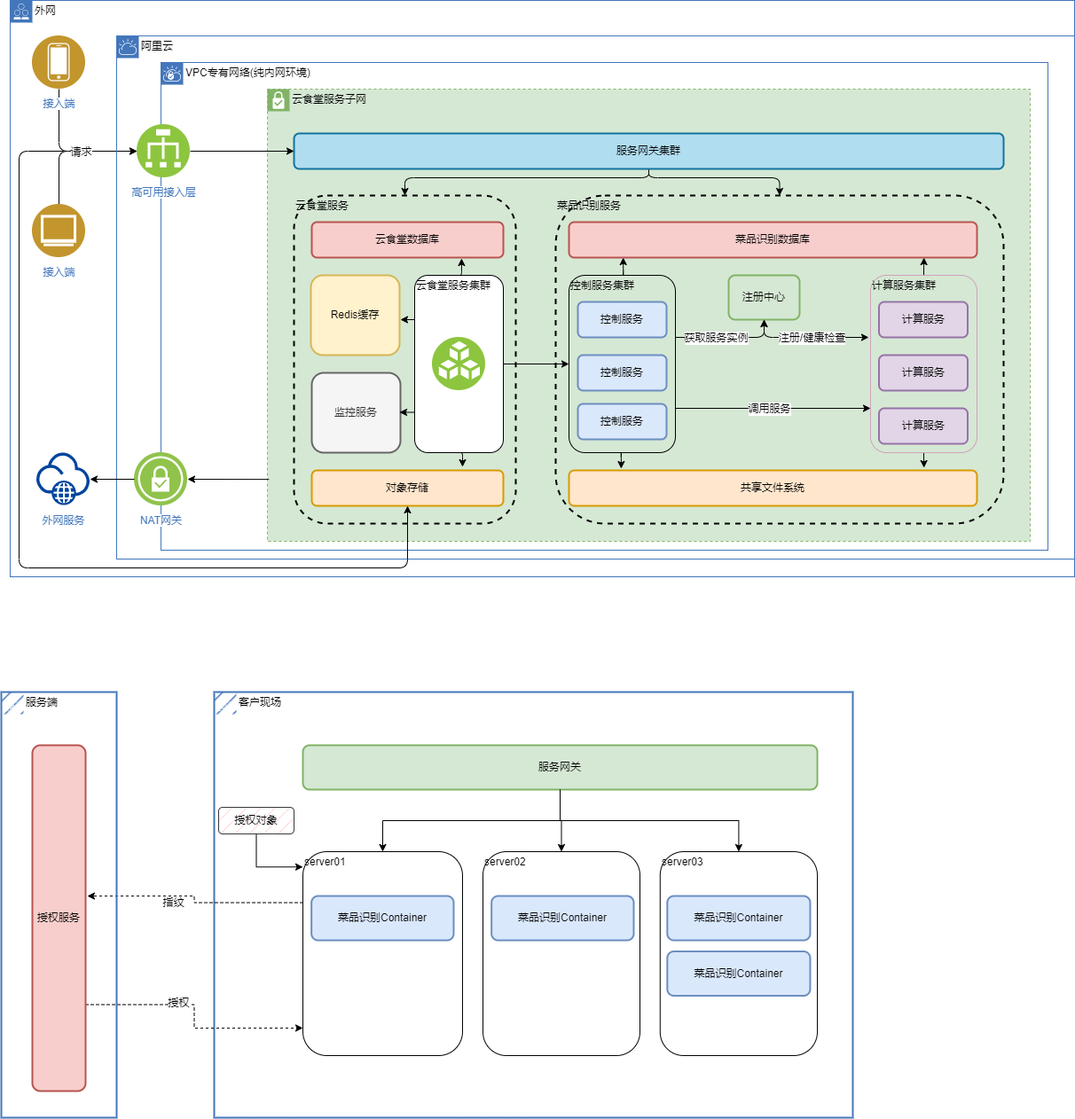
Earlier version of the draw.io export 菜品识别部署架构.drawio.png (liolay/draw). Source tidied: cells renumbered, new cells last; positions are measured from the earlier drawing's top-left corner, leaving out a move shared by most shapes.
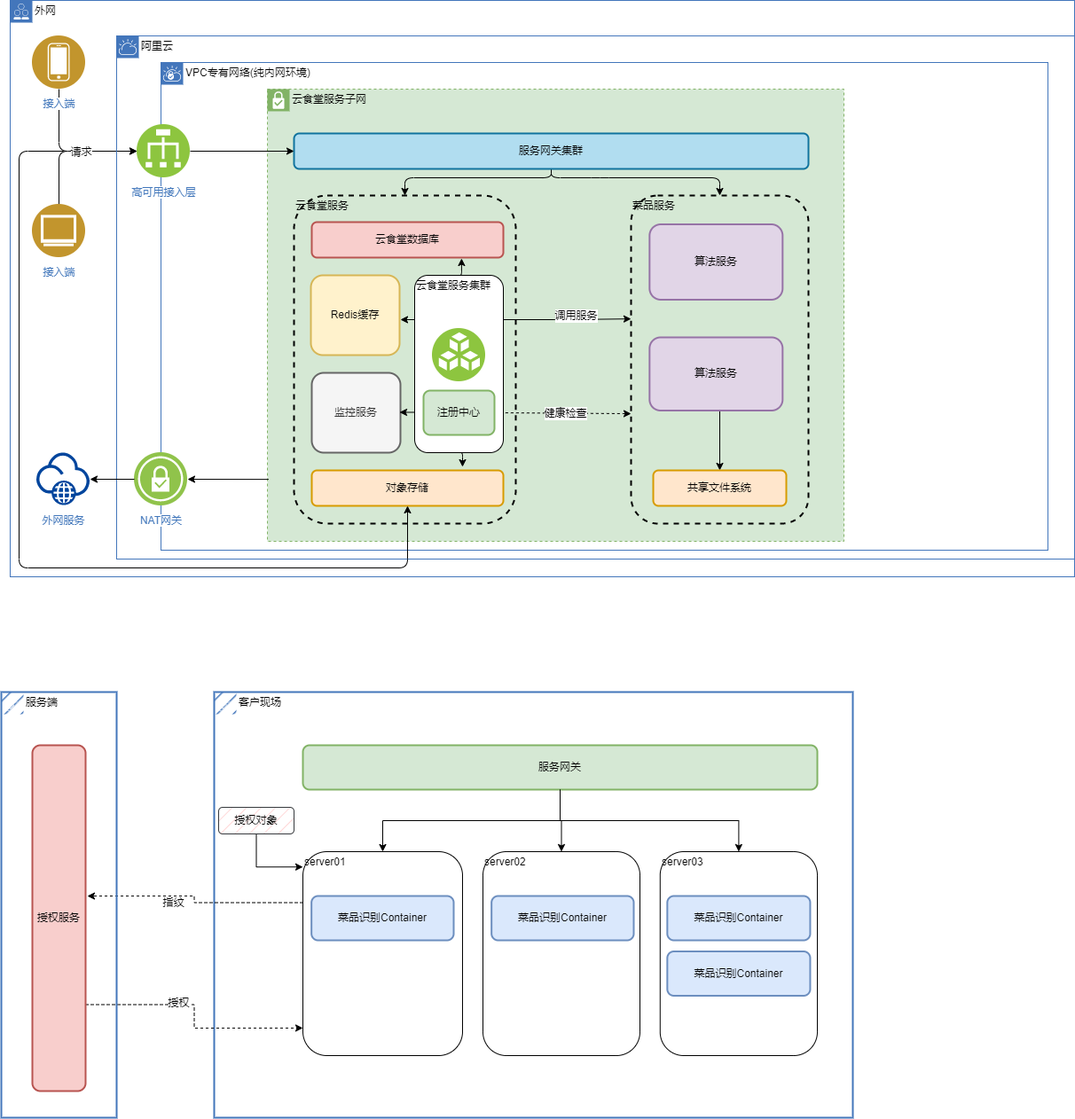
The same file after the commit.

Commit message:
更新菜品识别部署架构.drawio.png

What changed in the source:
```diff
@@ -33,93 +33,28 @@
       <mxGeometry x="153" y="140" width="60" height="60" as="geometry" />
     </mxCell>
     <mxCell id="12" value="云食堂服务子网" style="shape=mxgraph.ibm.box;prType=subnet;fontStyle=0;verticalAlign=top;align=left;spacingLeft=32;spacingTop=4;rounded=1;whiteSpace=wrap;html=1;strokeWidth=1;dashed=1;spacing=-4;fillStyle=auto;fillColor=#d5e8d4;strokeColor=#82b366;" parent="1" vertex="1">
-      <mxGeometry x="300" y="100" width="860" height="510" as="geometry" />
+      <mxGeometry x="300" y="100" width="650" height="510" as="geometry" />
     </mxCell>
-    <mxCell id="13" style="edgeStyle=orthogonalEdgeStyle;rounded=1;jettySize=auto;html=1;exitX=1;exitY=0.75;exitDx=0;exitDy=0;entryX=0;entryY=0.75;entryDx=0;entryDy=0;" parent="1" edge="1" source="17" target="23">
+    <mxCell id="13" style="edgeStyle=orthogonalEdgeStyle;rounded=1;jettySize=auto;html=1;exitX=1;exitY=0.25;exitDx=0;exitDy=0;entryX=0;entryY=0.376;entryDx=0;entryDy=0;entryPerimeter=0;" parent="1" edge="1" source="46" target="39">
       <mxGeometry relative="1" as="geometry" />
     </mxCell>
     <mxCell id="14" value="调用服务" style="edgeLabel;html=1;align=center;verticalAlign=middle;rounded=1;" parent="13" vertex="1">
       <mxGeometry x="-0.27" y="2" relative="1" as="geometry">
-        <mxPoint x="25" y="2" as="offset" />
+        <mxPoint x="28" y="-3" as="offset" />
       </mxGeometry>
     </mxCell>
-    <mxCell id="15" style="edgeStyle=orthogonalEdgeStyle;rounded=1;jettySize=auto;html=1;exitX=0.5;exitY=1;exitDx=0;exitDy=0;entryX=0.128;entryY=-0.05;entryDx=0;entryDy=0;entryPerimeter=0;" parent="1" edge="1" source="17" target="27">
-      <mxGeometry relative="1" as="geometry" />
-    </mxCell>
-    <mxCell id="16" style="edgeStyle=orthogonalEdgeStyle;rounded=1;jettySize=auto;html=1;exitX=0.5;exitY=0;exitDx=0;exitDy=0;entryX=0.133;entryY=1;entryDx=0;entryDy=0;entryPerimeter=0;" parent="1" edge="1" source="17" target="28">
-      <mxGeometry relative="1" as="geometry" />
-    </mxCell>
-    <mxCell id="17" value="控制服务集群" style="fontStyle=0;verticalAlign=top;align=left;spacingTop=-2;fillColor=none;rounded=1;whiteSpace=wrap;html=1;strokeColor=default;strokeWidth=1;fillStyle=solid;" parent="1" vertex="1">
-      <mxGeometry x="640" y="310" width="120" height="200" as="geometry" />
-    </mxCell>
-    <mxCell id="18" value="控制服务" style="rounded=1;whiteSpace=wrap;html=1;strokeWidth=2;fillWeight=4;hachureGap=8;hachureAngle=45;fillColor=#dae8fc;fillStyle=solid;strokeColor=#6c8ebf;" parent="17" vertex="1">
-      <mxGeometry x="10" y="30" width="100" height="40" as="geometry" />
-    </mxCell>
-    <mxCell id="19" value="控制服务" style="rounded=1;whiteSpace=wrap;html=1;strokeWidth=2;fillWeight=4;hachureGap=8;hachureAngle=45;fillColor=#dae8fc;fillStyle=solid;strokeColor=#6c8ebf;" parent="17" vertex="1">
-      <mxGeometry x="10" y="90" width="100" height="40" as="geometry" />
-    </mxCell>
-    <mxCell id="20" value="控制服务" style="rounded=1;whiteSpace=wrap;html=1;strokeWidth=2;fillWeight=4;hachureGap=8;hachureAngle=45;fillColor=#dae8fc;fillStyle=solid;strokeColor=#6c8ebf;" parent="17" vertex="1">
-      <mxGeometry x="10" y="145" width="100" height="40" as="geometry" />
-    </mxCell>
-    <mxCell id="21" style="edgeStyle=orthogonalEdgeStyle;rounded=1;jettySize=auto;html=1;exitX=0.5;exitY=1;exitDx=0;exitDy=0;entryX=0.87;entryY=-0.075;entryDx=0;entryDy=0;entryPerimeter=0;" parent="1" edge="1" source="23" target="27">
-      <mxGeometry relative="1" as="geometry" />
-    </mxCell>
-    <mxCell id="22" style="edgeStyle=orthogonalEdgeStyle;rounded=1;jettySize=auto;html=1;exitX=0.5;exitY=0;exitDx=0;exitDy=0;entryX=0.87;entryY=1;entryDx=0;entryDy=0;entryPerimeter=0;" parent="1" edge="1" source="23" target="28">
-      <mxGeometry relative="1" as="geometry" />
-    </mxCell>
-    <mxCell id="23" value="计算服务集群" style="fontStyle=0;verticalAlign=top;align=left;spacingTop=-2;fillColor=none;rounded=1;whiteSpace=wrap;html=1;strokeColor=#CDA2BE;strokeWidth=1;fillStyle=solid;" parent="1" vertex="1">
-      <mxGeometry x="980" y="310" width="120" height="200" as="geometry" />
-    </mxCell>
-    <mxCell id="24" value="计算服务" style="rounded=1;whiteSpace=wrap;html=1;strokeWidth=2;fillWeight=4;hachureGap=8;hachureAngle=45;fillColor=#e1d5e7;fillStyle=solid;strokeColor=#9673a6;" parent="23" vertex="1">
-      <mxGeometry x="9.5" y="30" width="100" height="40" as="geometry" />
-    </mxCell>
-    <mxCell id="25" value="计算服务" style="rounded=1;whiteSpace=wrap;html=1;strokeWidth=2;fillWeight=4;hachureGap=8;hachureAngle=45;fillColor=#e1d5e7;fillStyle=solid;strokeColor=#9673a6;" parent="23" vertex="1">
-      <mxGeometry x="9.5" y="90" width="100" height="40" as="geometry" />
-    </mxCell>
-    <mxCell id="26" value="计算服务" style="rounded=1;whiteSpace=wrap;html=1;strokeWidth=2;fillWeight=4;hachureGap=8;hachureAngle=45;fillColor=#e1d5e7;fillStyle=solid;strokeColor=#9673a6;" parent="23" vertex="1">
-      <mxGeometry x="9.5" y="150" width="100" height="40" as="geometry" />
-    </mxCell>
-    <mxCell id="27" value="共享文件系统" style="rounded=1;whiteSpace=wrap;html=1;strokeWidth=2;fillWeight=4;hachureGap=8;hachureAngle=45;fillColor=#ffe6cc;fillStyle=solid;strokeColor=#d79b00;rotation=0;" parent="1" vertex="1">
-      <mxGeometry x="640" y="530" width="460" height="40" as="geometry" />
-    </mxCell>
-    <mxCell id="28" value="菜品识别数据库" style="rounded=1;whiteSpace=wrap;html=1;strokeWidth=2;fillWeight=4;hachureGap=8;hachureAngle=45;fillColor=#f8cecc;fillStyle=solid;strokeColor=#b85450;rotation=0;" parent="1" vertex="1">
-      <mxGeometry x="640" y="250" width="460" height="40" as="geometry" />
-    </mxCell>
-    <mxCell id="29" style="edgeStyle=orthogonalEdgeStyle;rounded=1;jettySize=auto;html=1;exitX=1;exitY=0.5;exitDx=0;exitDy=0;entryX=0;entryY=0.5;entryDx=0;entryDy=0;" parent="1" edge="1" source="46" target="17">
-      <mxGeometry relative="1" as="geometry" />
-    </mxCell>
-    <mxCell id="30" value="注册中心" style="rounded=1;whiteSpace=wrap;html=1;strokeWidth=2;fillWeight=4;hachureGap=8;hachureAngle=45;fillColor=#d5e8d4;fillStyle=solid;strokeColor=#82b366;rotation=0;" parent="1" vertex="1">
-      <mxGeometry x="820" y="310" width="80" height="50" as="geometry" />
-    </mxCell>
-    <mxCell id="31" style="html=1;labelBackgroundColor=#ffffff;startArrow=classic;startFill=1;startSize=6;endArrow=classic;endFill=1;endSize=6;jettySize=auto;strokeWidth=1;fontSize=14;rounded=1;exitX=0.5;exitY=1;exitDx=0;exitDy=0;entryX=-0.017;entryY=0.35;entryDx=0;entryDy=0;entryPerimeter=0;" parent="1" edge="1" source="30" target="23">
-      <mxGeometry relative="1" as="geometry">
-        <Array as="points">
-          <mxPoint x="860" y="380" />
-        </Array>
-      </mxGeometry>
+    <mxCell id="31" style="html=1;labelBackgroundColor=#ffffff;startArrow=classic;startFill=1;startSize=6;endArrow=classic;endFill=1;endSize=6;jettySize=auto;strokeWidth=1;fontSize=14;rounded=1;exitX=1;exitY=0.5;exitDx=0;exitDy=0;dashed=1;entryX=0;entryY=0.665;entryDx=0;entryDy=0;entryPerimeter=0;" parent="1" edge="1" source="30" target="39">
+      <mxGeometry relative="1" as="geometry" />
     </mxCell>
-    <mxCell id="32" value="注册/健康检查" style="edgeLabel;html=1;align=center;verticalAlign=middle;rounded=1;" parent="31" vertex="1">
+    <mxCell id="32" value="健康检查" style="edgeLabel;html=1;align=center;verticalAlign=middle;rounded=1;" parent="31" vertex="1">
       <mxGeometry x="-0.1" relative="1" as="geometry">
         <mxPoint x="11" as="offset" />
       </mxGeometry>
     </mxCell>
-    <mxCell id="33" style="html=1;labelBackgroundColor=#ffffff;endArrow=classic;endFill=1;endSize=6;jettySize=auto;strokeWidth=1;fontSize=14;rounded=1;entryX=0.5;entryY=1;entryDx=0;entryDy=0;" parent="1" edge="1" target="30">
-      <mxGeometry relative="1" as="geometry">
-        <mxPoint x="760" y="380" as="sourcePoint" />
-        <Array as="points">
-          <mxPoint x="860" y="380" />
-        </Array>
-      </mxGeometry>
-    </mxCell>
-    <mxCell id="34" value="获取服务实例" style="edgeLabel;html=1;align=center;verticalAlign=middle;rounded=1;" parent="33" vertex="1">
-      <mxGeometry x="-0.43" relative="1" as="geometry">
-        <mxPoint x="11" as="offset" />
-      </mxGeometry>
-    </mxCell>
     <mxCell id="35" style="edgeStyle=orthogonalEdgeStyle;rounded=1;jettySize=auto;html=1;exitX=0.5;exitY=1;exitDx=0;exitDy=0;entryX=0.5;entryY=0;entryDx=0;entryDy=0;" parent="1" edge="1" source="37" target="45">
       <mxGeometry relative="1" as="geometry">
         <Array as="points">
-          <mxPoint x="730" y="200" />
+          <mxPoint x="620" y="200" />
           <mxPoint x="455" y="200" />
         </Array>
       </mxGeometry>
@@ -127,20 +62,17 @@
     <mxCell id="36" style="edgeStyle=orthogonalEdgeStyle;rounded=1;jettySize=auto;html=1;exitX=0.5;exitY=1;exitDx=0;exitDy=0;entryX=0.5;entryY=0;entryDx=0;entryDy=0;" parent="1" edge="1" source="37" target="39">
       <mxGeometry relative="1" as="geometry">
         <Array as="points">
-          <mxPoint x="730" y="200" />
-          <mxPoint x="878" y="200" />
+          <mxPoint x="675" y="200" />
+          <mxPoint x="860" y="200" />
         </Array>
       </mxGeometry>
     </mxCell>
     <mxCell id="37" value="服务网关集群" style="rounded=1;whiteSpace=wrap;html=1;strokeWidth=2;fillWeight=4;hachureGap=8;hachureAngle=45;fillColor=#b1ddf0;fillStyle=solid;strokeColor=#10739e;rotation=0;" parent="1" vertex="1">
-      <mxGeometry x="330" y="150" width="800" height="40" as="geometry" />
+      <mxGeometry x="330" y="150" width="580" height="40" as="geometry" />
     </mxCell>
     <mxCell id="38" style="edgeStyle=orthogonalEdgeStyle;rounded=1;orthogonalLoop=1;jettySize=auto;html=1;exitX=0.5;exitY=1;exitDx=0;exitDy=0;" parent="1" edge="1" source="37" target="37">
       <mxGeometry relative="1" as="geometry" />
     </mxCell>
-    <mxCell id="39" value="菜品识别服务" style="fontStyle=0;verticalAlign=top;align=left;spacingTop=-2;fillColor=none;rounded=1;whiteSpace=wrap;html=1;strokeWidth=2;dashed=1;fillStyle=solid;" parent="1" vertex="1">
-      <mxGeometry x="625" y="220" width="505" height="370" as="geometry" />
-    </mxCell>
     <mxCell id="40" style="edgeStyle=orthogonalEdgeStyle;rounded=1;jettySize=auto;html=1;exitX=1;exitY=0.5;exitDx=0;exitDy=0;" parent="1" edge="1" source="11" target="37">
       <mxGeometry relative="1" as="geometry" />
     </mxCell>
@@ -163,8 +95,11 @@
       <mxGeometry x="466" y="310" width="100" height="200" as="geometry" />
     </mxCell>
     <mxCell id="47" style="perimeter=ellipsePerimeter;html=1;align=center;shadow=0;dashed=0;fontColor=#4277BB;labelBackgroundColor=#ffffff;fontSize=12;spacingTop=3;image;image=img/lib/ibm/vpc/BlockStorage.svg;rounded=1;" parent="46" vertex="1">
-      <mxGeometry x="20" y="70" width="60" height="60" as="geometry" />
+      <mxGeometry x="20" y="60" width="60" height="60" as="geometry" />
     </mxCell>
+    <mxCell id="30" value="注册中心" style="rounded=1;whiteSpace=wrap;html=1;strokeWidth=2;fillWeight=4;hachureGap=8;hachureAngle=45;fillColor=#d5e8d4;fillStyle=solid;strokeColor=#82b366;rotation=0;" parent="46" vertex="1">
+      <mxGeometry x="10" y="130" width="80" height="50" as="geometry" />
+    </mxCell>
     <mxCell id="48" value="对象存储" style="rounded=1;whiteSpace=wrap;html=1;strokeWidth=2;fillWeight=4;hachureGap=8;hachureAngle=45;fillColor=#ffe6cc;fillStyle=solid;strokeColor=#d79b00;rotation=0;" parent="1" vertex="1">
       <mxGeometry x="350" y="530" width="216" height="40" as="geometry" />
     </mxCell>
@@ -204,12 +139,12 @@
         </Array>
       </mxGeometry>
     </mxCell>
-    <mxCell id="57" style="edgeStyle=orthogonalEdgeStyle;rounded=1;jettySize=auto;html=1;exitX=0.5;exitY=1;exitDx=0;exitDy=0;entryX=0.787;entryY=-0.1;entryDx=0;entryDy=0;entryPerimeter=0;" parent="1" edge="1" target="x">
+    <mxCell id="57" style="edgeStyle=orthogonalEdgeStyle;rounded=1;orthogonalLoop=1;jettySize=auto;html=1;exitX=0.5;exitY=1;exitDx=0;exitDy=0;entryX=0.787;entryY=-0.1;entryDx=0;entryDy=0;entryPerimeter=0;" parent="1" edge="1">
       <mxGeometry relative="1" as="geometry">
         <mxPoint x="516" y="1110" as="sourcePoint" />
       </mxGeometry>
     </mxCell>
-    <mxCell id="58" style="edgeStyle=orthogonalEdgeStyle;rounded=1;jettySize=auto;html=1;exitX=0.5;exitY=0;exitDx=0;exitDy=0;entryX=0.782;entryY=1.025;entryDx=0;entryDy=0;entryPerimeter=0;" parent="1" edge="1" source="x">
+    <mxCell id="58" style="edgeStyle=orthogonalEdgeStyle;rounded=1;orthogonalLoop=1;jettySize=auto;html=1;exitX=0.5;exitY=0;exitDx=0;exitDy=0;entryX=0.782;entryY=1.025;entryDx=0;entryDy=0;entryPerimeter=0;" parent="1" edge="1">
       <mxGeometry relative="1" as="geometry">
         <mxPoint x="518.9" y="891" as="targetPoint" />
       </mxGeometry>
@@ -263,6 +198,23 @@
     <mxCell id="73" value="菜品识别Container" style="rounded=1;whiteSpace=wrap;html=1;strokeWidth=2;fillWeight=4;hachureGap=8;hachureAngle=45;fillColor=#dae8fc;fillStyle=solid;strokeColor=#6c8ebf;" parent="72" vertex="1">
       <mxGeometry x="9.7" y="50" width="160.3" height="50" as="geometry" />
     </mxCell>
+    <mxCell id="39" value="菜品服务" style="fontStyle=0;verticalAlign=top;align=left;spacingTop=-2;fillColor=none;rounded=1;whiteSpace=wrap;html=1;strokeWidth=2;dashed=1;fillStyle=solid;" parent="1" vertex="1">
+      <mxGeometry x="710" y="220" width="200" height="370" as="geometry" />
+    </mxCell>
+    <mxCell id="24" value="算法服务" style="rounded=1;whiteSpace=wrap;html=1;strokeWidth=2;fillWeight=4;hachureGap=8;hachureAngle=45;fillColor=#e1d5e7;fillStyle=solid;strokeColor=#9673a6;" parent="39" vertex="1">
+      <mxGeometry x="20.8" y="32.5" width="150" height="85" as="geometry" />
+    </mxCell>
+    <mxCell id="80" style="edgeStyle=orthogonalEdgeStyle;rounded=0;jettySize=auto;html=1;" parent="39" edge="1" target="27">
+      <mxGeometry relative="1" as="geometry">
+        <mxPoint x="100" y="240" as="sourcePoint" />
+      </mxGeometry>
+    </mxCell>
+    <mxCell id="26" value="算法服务" style="rounded=1;whiteSpace=wrap;html=1;strokeWidth=2;fillWeight=4;hachureGap=8;hachureAngle=45;fillColor=#e1d5e7;fillStyle=solid;strokeColor=#9673a6;" parent="39" vertex="1">
+      <mxGeometry x="20.8" y="160" width="150" height="82.5" as="geometry" />
+    </mxCell>
+    <mxCell id="27" value="共享文件系统" style="rounded=1;whiteSpace=wrap;html=1;strokeWidth=2;fillWeight=4;hachureGap=8;hachureAngle=45;fillColor=#ffe6cc;fillStyle=solid;strokeColor=#d79b00;rotation=0;" parent="39" vertex="1">
+      <mxGeometry x="25" y="310" width="150" height="40" as="geometry" />
+    </mxCell>
     <mxCell id="74" style="edgeStyle=orthogonalEdgeStyle;rounded=0;jettySize=auto;html=1;exitX=0.5;exitY=1;exitDx=0;exitDy=0;entryX=0.5;entryY=0;entryDx=0;entryDy=0;" parent="1" edge="1" source="70" target="72">
       <mxGeometry relative="1" as="geometry" />
     </mxCell>
```
